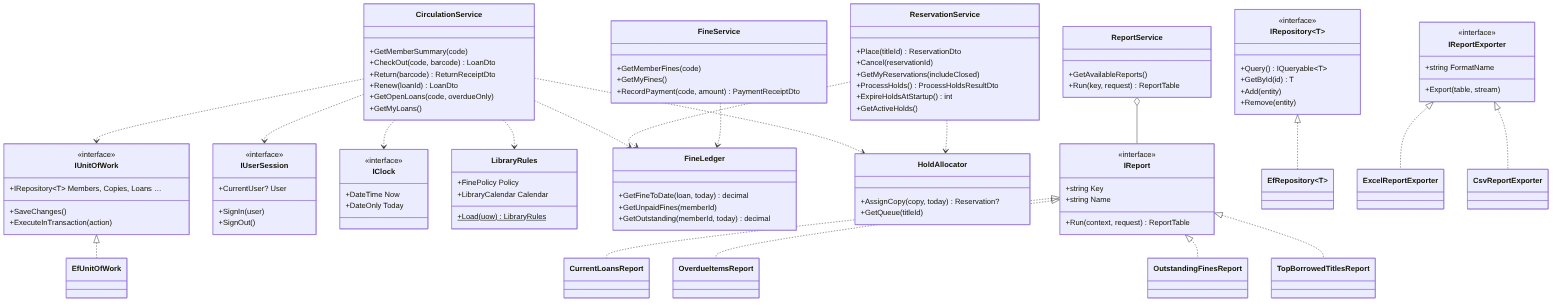
This is docs/design/diagrams/services-diagram.png from gthanh06/261_72ITSE41704_-2474802010463-_-LibraryProject-, a Mermaid export, as it was before one commit. Its source is kept beside it as docs/design/diagrams/services-diagram.mmd.
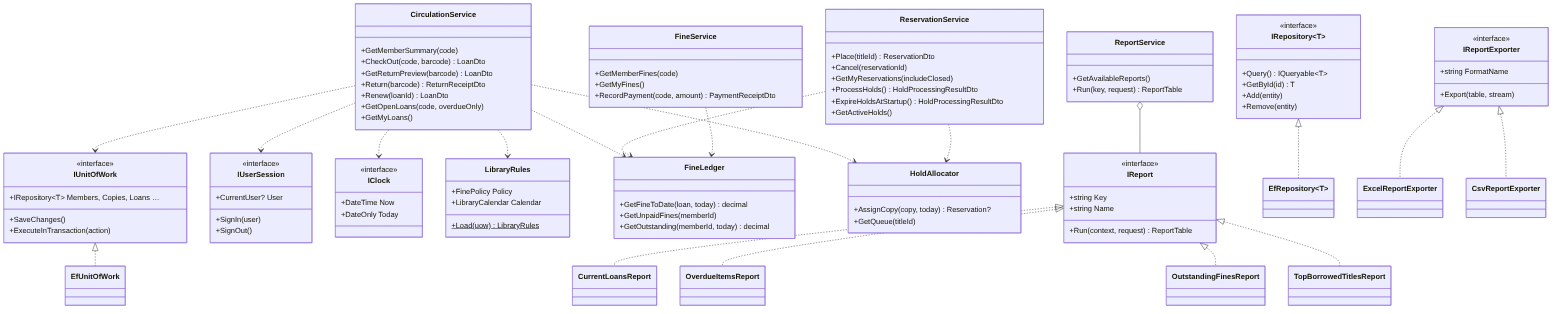
After the change.

Change to the diagram source:
```diff
@@ -27,6 +27,7 @@
   class CirculationService {
     +GetMemberSummary(code)
     +CheckOut(code, barcode) LoanDto
+    +GetReturnPreview(barcode) LoanDto
     +Return(barcode) ReturnReceiptDto
     +Renew(loanId) LoanDto
     +GetOpenLoans(code, overdueOnly)
@@ -36,8 +37,8 @@
     +Place(titleId) ReservationDto
     +Cancel(reservationId)
     +GetMyReservations(includeClosed)
-    +ProcessHolds() ProcessHoldsResultDto
-    +ExpireHoldsAtStartup() int
+    +ProcessHolds() HoldProcessingResultDto
+    +ExpireHoldsAtStartup() HoldProcessingResultDto
     +GetActiveHolds()
   }
   class FineService {
```
